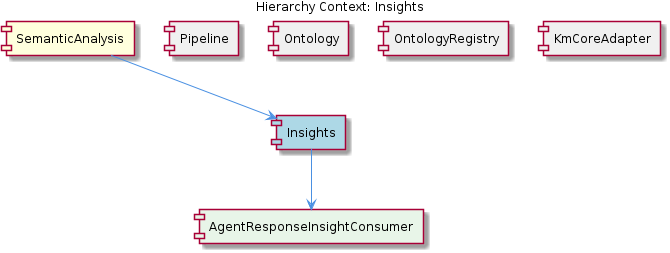
This is knowledge-management/insights/images/insights-relationship.png from fwornle/coding, a PlantUML export, as it was before one commit. Its source is kept beside it as .data/knowledge-graph/insights/puml/insights-relationship.puml.
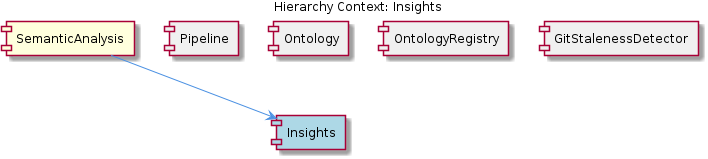
After the change.

What changed in the source:
```diff
@@ -8,14 +8,12 @@
 [Pipeline] as pipeline #F0F0F0
 [Ontology] as ontology #F0F0F0
 [OntologyRegistry] as ontology_registry #F0F0F0
-[KmCoreAdapter] as km_core_adapter #F0F0F0
-[AgentResponseInsightConsumer] as agent_response_insight_consumer #E8F5E8
+[GitStalenessDetector] as git_staleness_detector #F0F0F0
 
 semantic_analysis --> insights
 pipeline -[hidden]- insights
 ontology -[hidden]- insights
 ontology_registry -[hidden]- insights
-km_core_adapter -[hidden]- insights
-insights --> agent_response_insight_consumer
+git_staleness_detector -[hidden]- insights
 
 @enduml
```
